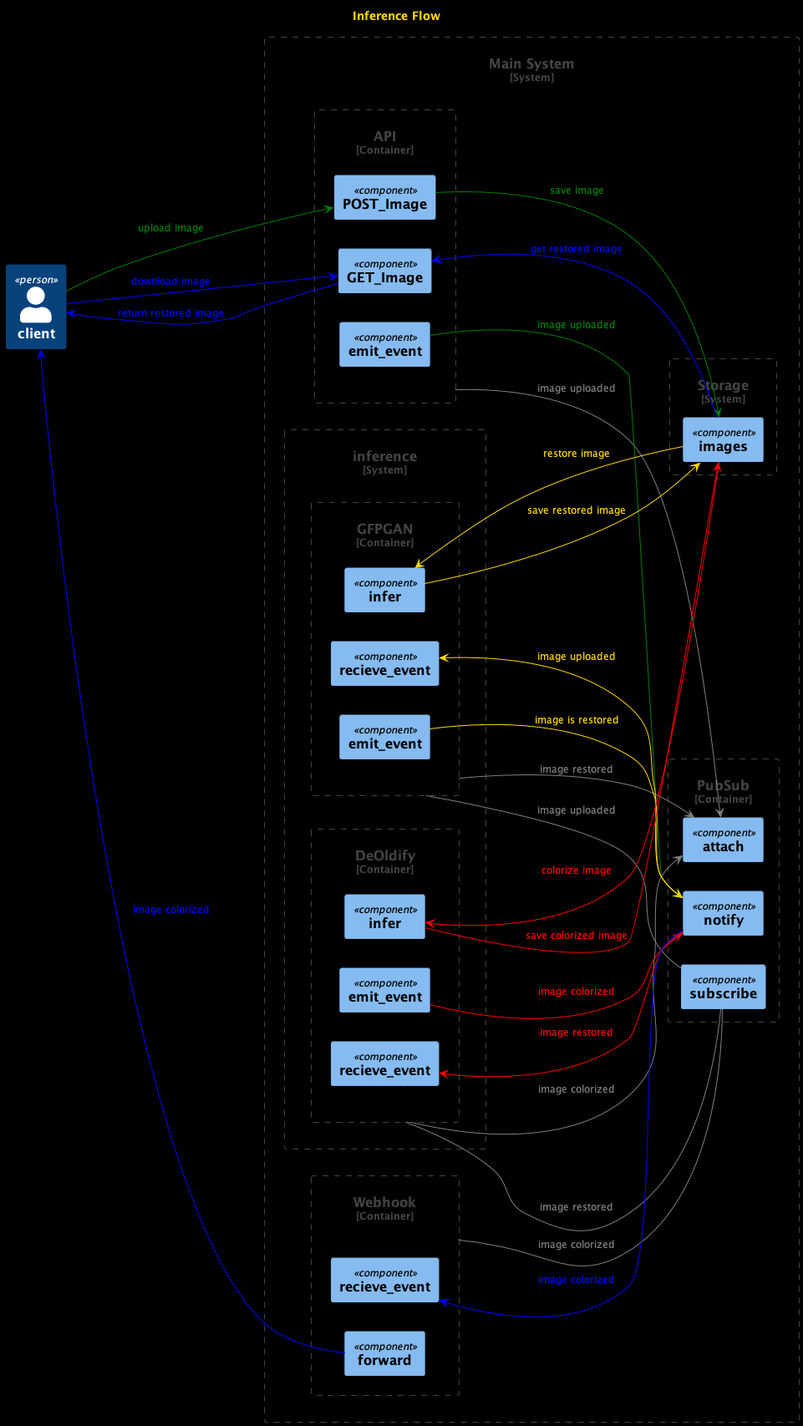
Before: planning/inference-flow.png, a diagram exported from PlantUML (maxamed1st/restoreai-py).
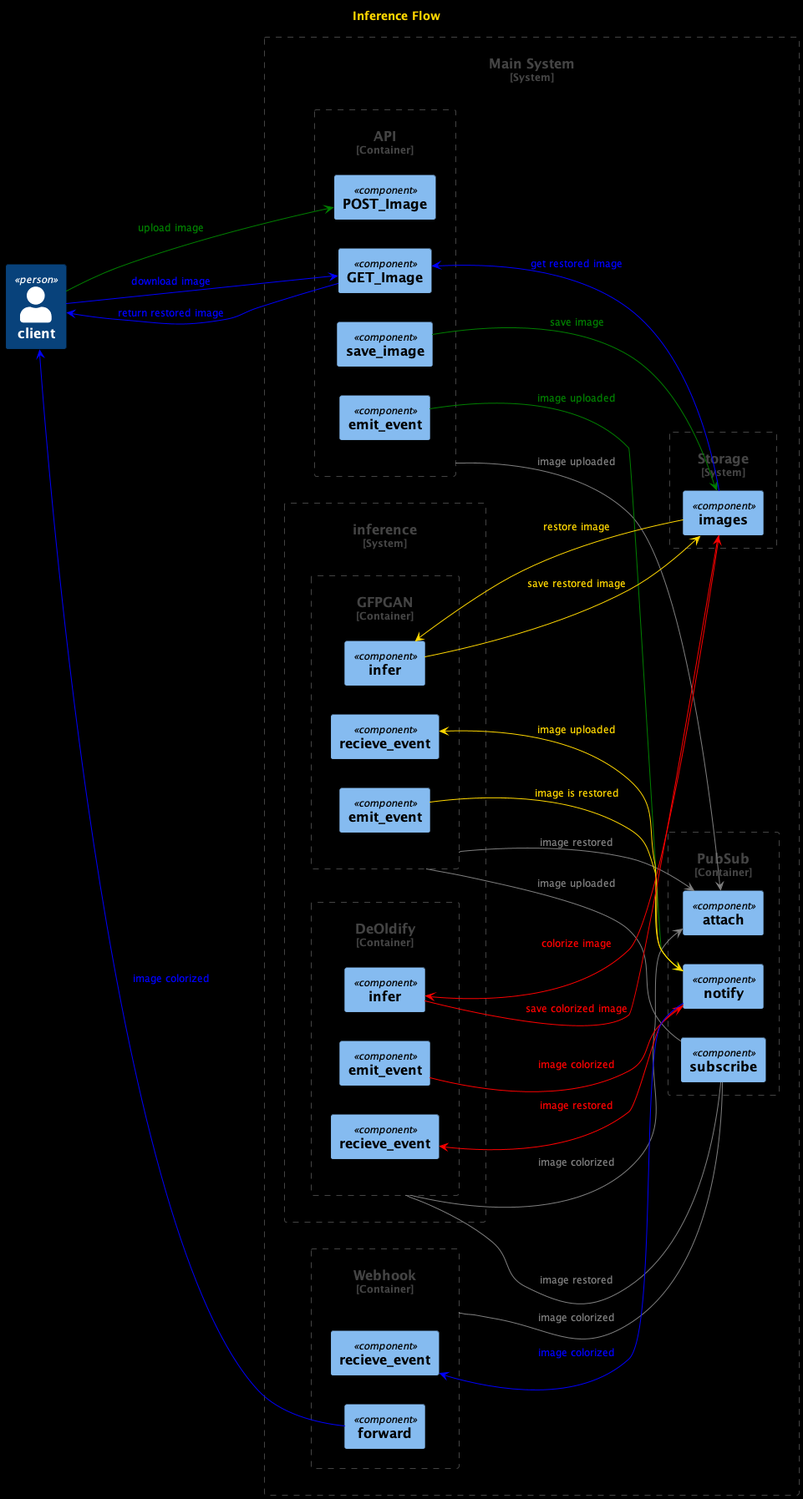
Later version of the same file.

Commit message:
separate concern

The edit, as a diff of the source:
```diff
@@ -20,6 +20,7 @@
   Container_Boundary(api, "API") {
     Component(api.postImg, "POST_Image")
     Component(api.getImg, "GET_Image")
+    Component(api.saveImg, "save_image")
     Component(api.emit, "emit_event")
   }
 
@@ -67,7 +68,7 @@
   skinparam ArrowColor green
 
   client ---> api.postImg: "upload image"
-  api.postImg ---> storage.images: "save image"
+  api.saveImg ---> storage.images: "save image"
   api.emit ---> pubsub.notify: "image uploaded"
 
   skinparam ArrowFontColor gold
```
